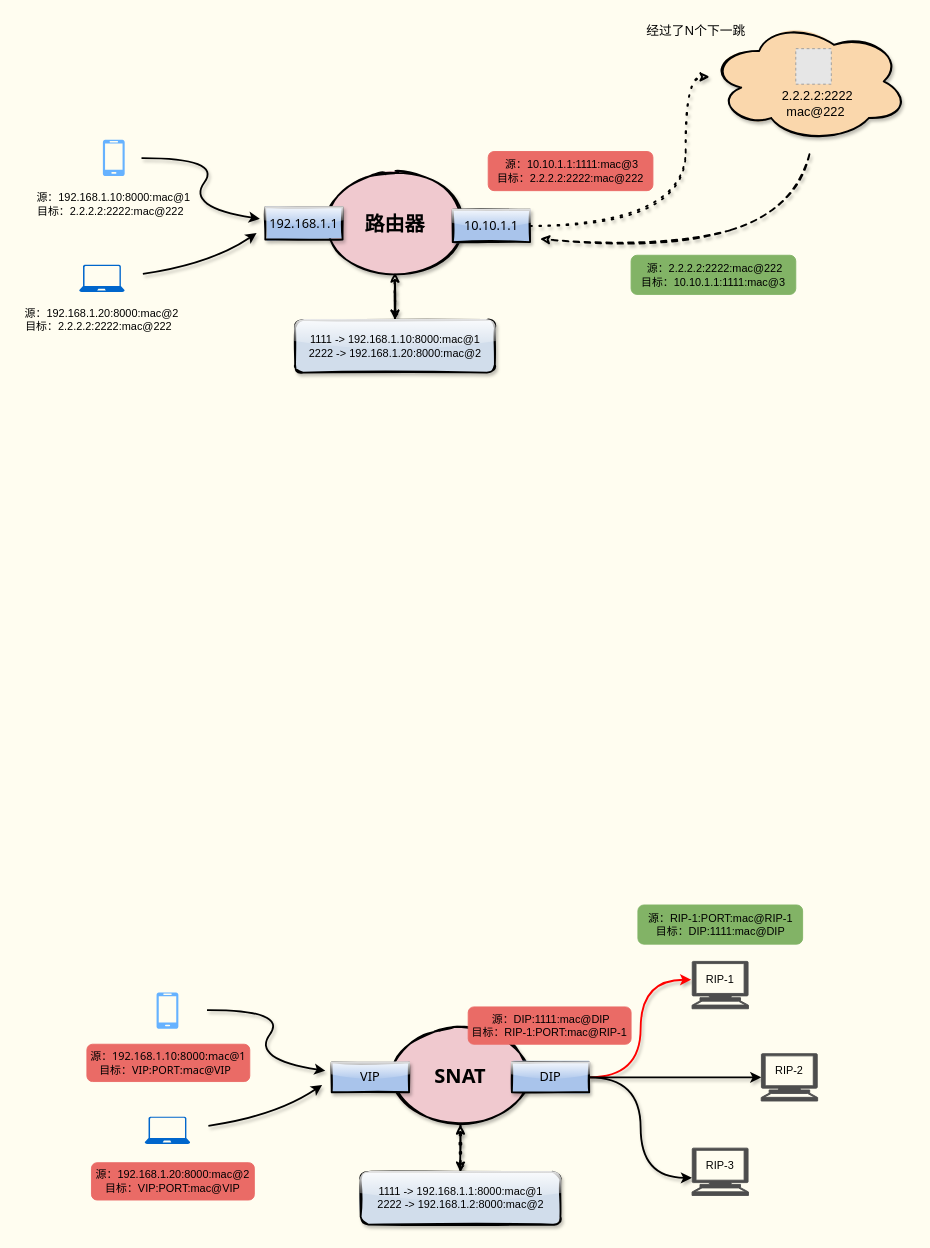
The draw.io diagram pictures/负载均衡/lvs_snat.drawio in boxtsecond/draw, before the edit. Source tidied: cells renumbered, new cells numbered last; positions are measured from the earlier drawing's top-left corner, leaving out a move shared by most shapes. Both pictures are drawn from the tidied source at 91%, with x=0, y=0 at pixel (19, 20). Pictures stored in the file or linked from it are replaced by grey dashed boxes.
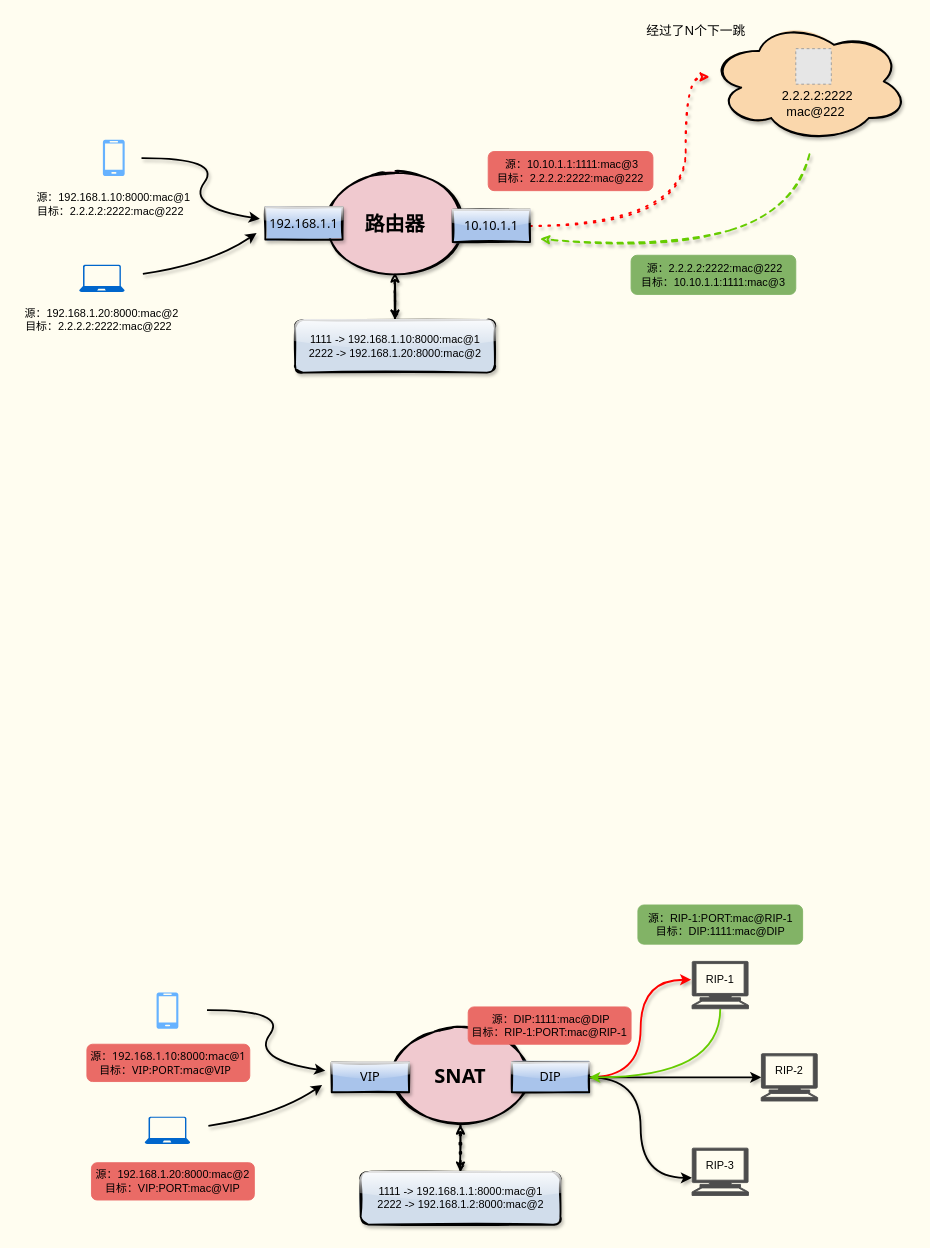
Above is the later version.

Unchanged cells that the change refers to:
```xml
<mxCell id="8" value="&lt;div style=&quot;font-family: &amp;#34;helvetica&amp;#34; ; font-size: 14px&quot;&gt;&lt;br&gt;&lt;/div&gt;" style="ellipse;shape=cloud;whiteSpace=wrap;html=1;shadow=1;strokeWidth=2;glass=0;sketch=1;fillWeight=-1;hachureGap=8;fillStyle=solid;fillColor=#fad7ac;" parent="1" vertex="1">
  <mxGeometry x="758" width="219" height="134" as="geometry" />
</mxCell>
<mxCell id="13" value="10.10.1.1" style="rounded=0;whiteSpace=wrap;html=1;shadow=1;glass=1;sketch=1;strokeColor=#000000;strokeWidth=2;fontFamily=Tahoma;fontSize=14;fillStyle=solid;fillColor=#A9C4EB;" parent="1" vertex="1">
  <mxGeometry x="476" y="208" width="85" height="35.5" as="geometry" />
</mxCell>
<mxCell id="35" value="DIP" style="rounded=0;whiteSpace=wrap;html=1;shadow=1;glass=1;sketch=1;strokeColor=#000000;strokeWidth=2;fontFamily=Tahoma;fontSize=14;fillStyle=solid;fillColor=#A9C4EB;" parent="1" vertex="1">
  <mxGeometry x="541" y="1145" width="85" height="32.8" as="geometry" />
</mxCell>
<mxCell id="39" style="shape=mxgraph.signs.tech.computer;html=1;verticalLabelPosition=bottom;verticalAlign=top;align=center;labelBackgroundColor=none;fontColor=#ffffff;fillColor=#4D4D4D;strokeColor=#4D4D4D;" parent="1" vertex="1">
  <mxGeometry x="739" y="1034" width="62" height="52" as="geometry" />
</mxCell>
```

What changed in the source:
```diff
@@
-    <mxCell id="12" style="edgeStyle=orthogonalEdgeStyle;curved=1;sketch=1;jettySize=auto;html=1;shadow=1;strokeWidth=2;fontFamily=Tahoma;fontSize=14;dashed=1;dashPattern=1 4;" parent="1" edge="1" source="13" target="8">
+    <mxCell id="12" style="edgeStyle=orthogonalEdgeStyle;curved=1;sketch=1;jettySize=auto;html=1;shadow=1;strokeWidth=2;fontFamily=Tahoma;fontSize=14;dashed=1;dashPattern=1 4;strokeColor=#FF0000;" parent="1" edge="1" source="13" target="8">
       <mxGeometry relative="1" as="geometry">
         <Array as="points">
           <mxPoint x="732" y="226" />
           <mxPoint x="732" y="62" />
         </Array>
       </mxGeometry>
     </mxCell>
@@
-    <mxCell id="21" style="curved=1;endArrow=classic;html=1;strokeWidth=2;dashed=1;shadow=1;sketch=1;" parent="1" edge="1">
+    <mxCell id="21" style="curved=1;endArrow=classic;html=1;strokeWidth=2;dashed=1;shadow=1;sketch=1;strokeColor=#66CC00;" parent="1" edge="1">
       <mxGeometry relative="1" as="geometry">
         <mxPoint x="868" y="147" as="sourcePoint" />
         <mxPoint x="572" y="240" as="targetPoint" />
         <Array as="points">
           <mxPoint x="853" y="208" />
           <mxPoint x="710" y="252.5" />
         </Array>
       </mxGeometry>
     </mxCell>
@@
+    <mxCell id="49" style="edgeStyle=orthogonalEdgeStyle;jettySize=auto;html=1;exitX=0.5;exitY=1;exitDx=0;exitDy=0;exitPerimeter=0;entryX=1;entryY=0.5;entryDx=0;entryDy=0;strokeWidth=2;curved=1;shadow=1;strokeColor=#66CC00;" parent="1" edge="1" source="39" target="35">
+      <mxGeometry relative="1" as="geometry" />
+    </mxCell>
```
